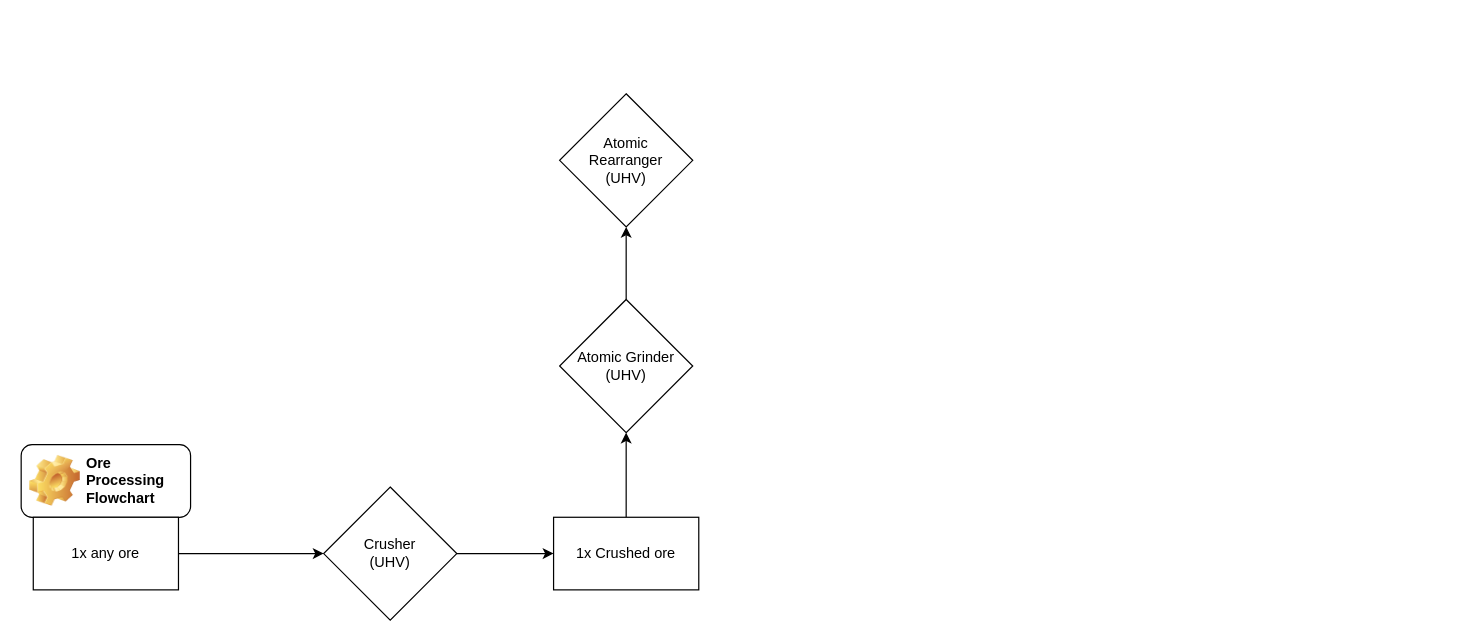
The draw.io diagram Ore Processing.drawio in Nrmot/flowcharts, before the edit. Source tidied: cells renumbered, new cells numbered last; positions are measured from the earlier drawing's top-left corner, leaving out a move shared by most shapes. Both pictures are drawn from the tidied source at 121%, with x=0, y=0 at pixel (21, 93).
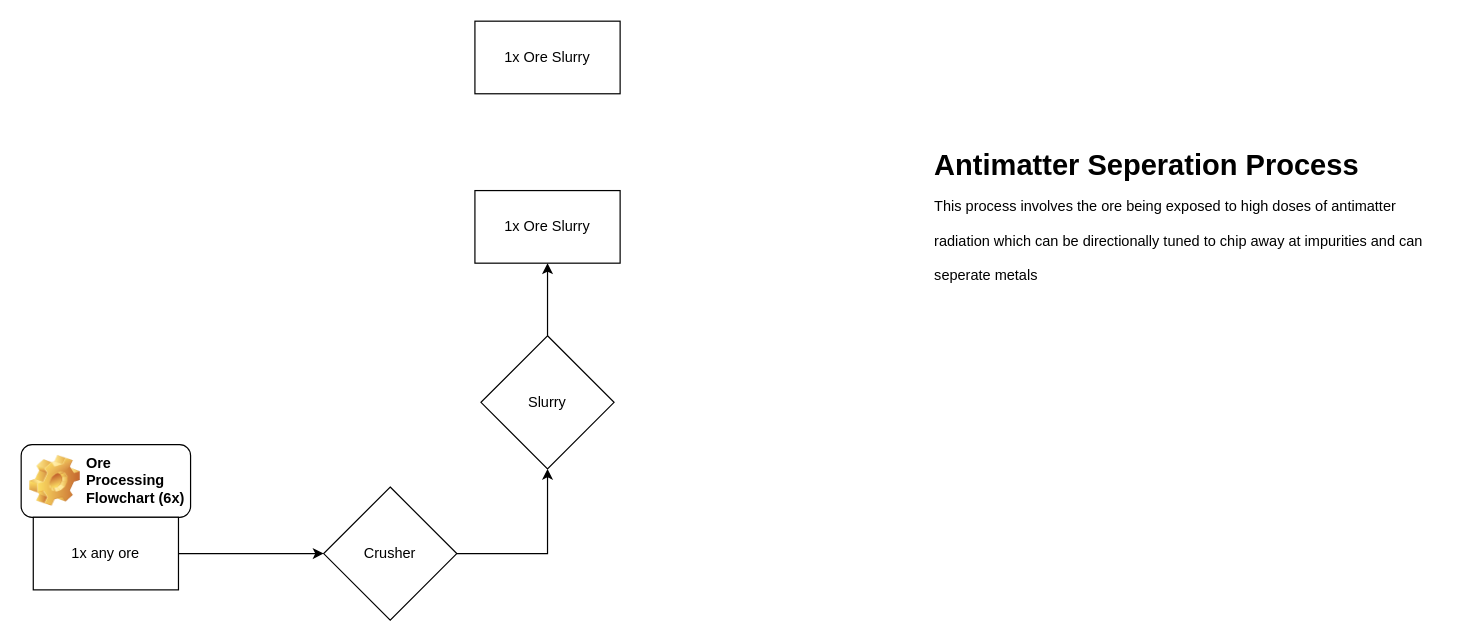
Above is the later version.

Change to the diagram source:
```diff
@@
 <mxGraphModel>
   <root>
     <mxCell id="0" />
     <mxCell id="1" parent="0" />
-    <mxCell id="2" value="Ore Processing Flowchart" style="label;whiteSpace=wrap;html=1;image=img/clipart/Gear_128x128.png;" parent="1" vertex="1">
+    <mxCell id="2" value="Ore Processing Flowchart (6x)" style="label;whiteSpace=wrap;html=1;image=img/clipart/Gear_128x128.png;" parent="1" vertex="1">
       <mxGeometry y="290" width="140" height="60" as="geometry" />
     </mxCell>
     <mxCell id="3" style="edgeStyle=orthogonalEdgeStyle;rounded=0;jettySize=auto;html=1;exitX=1;exitY=0.5;exitDx=0;exitDy=0;entryX=0;entryY=0.5;entryDx=0;entryDy=0;" parent="1" edge="1" source="4" target="6">
       <mxGeometry relative="1" as="geometry" />
     </mxCell>
     <mxCell id="4" value="1x any ore" style="rounded=0;whiteSpace=wrap;html=1;" parent="1" vertex="1">
       <mxGeometry x="10" y="350" width="120" height="60" as="geometry" />
     </mxCell>
-    <mxCell id="5" style="edgeStyle=orthogonalEdgeStyle;rounded=0;jettySize=auto;html=1;exitX=1;exitY=0.5;exitDx=0;exitDy=0;entryX=0;entryY=0.5;entryDx=0;entryDy=0;" parent="1" edge="1" source="6" target="8">
+    <mxCell id="5" style="edgeStyle=orthogonalEdgeStyle;rounded=0;jettySize=auto;html=1;exitX=1;exitY=0.5;exitDx=0;exitDy=0;entryX=0.5;entryY=1;entryDx=0;entryDy=0;" parent="1" edge="1" source="6" target="12">
       <mxGeometry relative="1" as="geometry" />
     </mxCell>
-    <mxCell id="6" value="Crusher&lt;br&gt;(UHV)" style="rhombus;whiteSpace=wrap;html=1;" parent="1" vertex="1">
+    <mxCell id="6" value="Crusher" style="rhombus;whiteSpace=wrap;html=1;" parent="1" vertex="1">
       <mxGeometry x="250" y="325" width="110" height="110" as="geometry" />
     </mxCell>
-    <mxCell id="7" style="edgeStyle=orthogonalEdgeStyle;rounded=0;jettySize=auto;html=1;exitX=0.5;exitY=0;exitDx=0;exitDy=0;entryX=0.5;entryY=1;entryDx=0;entryDy=0;" parent="1" edge="1" source="8" target="10">
-      <mxGeometry relative="1" as="geometry" />
-    </mxCell>
-    <mxCell id="8" value="1x Crushed ore" style="rounded=0;whiteSpace=wrap;html=1;" parent="1" vertex="1">
-      <mxGeometry x="440" y="350" width="120" height="60" as="geometry" />
-    </mxCell>
-    <mxCell id="9" style="edgeStyle=orthogonalEdgeStyle;rounded=0;jettySize=auto;html=1;exitX=0.5;exitY=0;exitDx=0;exitDy=0;" parent="1" edge="1" source="10" target="11">
-      <mxGeometry relative="1" as="geometry" />
-    </mxCell>
-    <mxCell id="10" value="Atomic Grinder&lt;br&gt;(UHV)" style="rhombus;whiteSpace=wrap;html=1;" parent="1" vertex="1">
-      <mxGeometry x="445" y="170" width="110" height="110" as="geometry" />
-    </mxCell>
-    <mxCell id="11" value="Atomic &lt;br&gt;Rearranger&lt;br&gt;(UHV)" style="rhombus;whiteSpace=wrap;html=1;" parent="1" vertex="1">
-      <mxGeometry x="445" width="110" height="110" as="geometry" />
-    </mxCell>
+    <mxCell id="12" value="Slurry" style="rhombus;whiteSpace=wrap;html=1;" parent="1" vertex="1">
+      <mxGeometry x="380" y="200" width="110" height="110" as="geometry" />
+    </mxCell>
+    <mxCell id="13" value="&lt;h1&gt;&lt;span style=&quot;background-color: initial;&quot;&gt;Antimatter Seperation Process&amp;nbsp; &amp;nbsp; &amp;nbsp; &amp;nbsp; &lt;span style=&quot;font-size: 12px; font-weight: 400;&quot;&gt;This process involves the ore being exposed to high doses of antimatter radiation which can be directionally tuned to chip away at impurities and can seperate metals&lt;/span&gt;&lt;/span&gt;&lt;br&gt;&lt;/h1&gt;" style="text;html=1;strokeColor=none;fillColor=none;spacing=5;spacingTop=-20;whiteSpace=wrap;overflow=hidden;rounded=0;" parent="1" vertex="1">
+      <mxGeometry x="750" y="40" width="420" height="120" as="geometry" />
+    </mxCell>
+    <mxCell id="14" style="endArrow=classic;html=1;rounded=0;exitX=0.5;exitY=0;exitDx=0;exitDy=0;entryX=0.5;entryY=1;entryDx=0;entryDy=0;" parent="1" edge="1" source="12" target="15">
+      <mxGeometry relative="1" as="geometry" />
+    </mxCell>
+    <mxCell id="15" value="1x Ore Slurry" style="rounded=0;whiteSpace=wrap;html=1;" parent="1" vertex="1">
+      <mxGeometry x="375" y="80" width="120" height="60" as="geometry" />
+    </mxCell>
+    <mxCell id="16" value="1x Ore Slurry" style="rounded=0;whiteSpace=wrap;html=1;" parent="1" vertex="1">
+      <mxGeometry x="375" y="-60" width="120" height="60" as="geometry" />
+    </mxCell>
   </root>
 </mxGraphModel>
```
